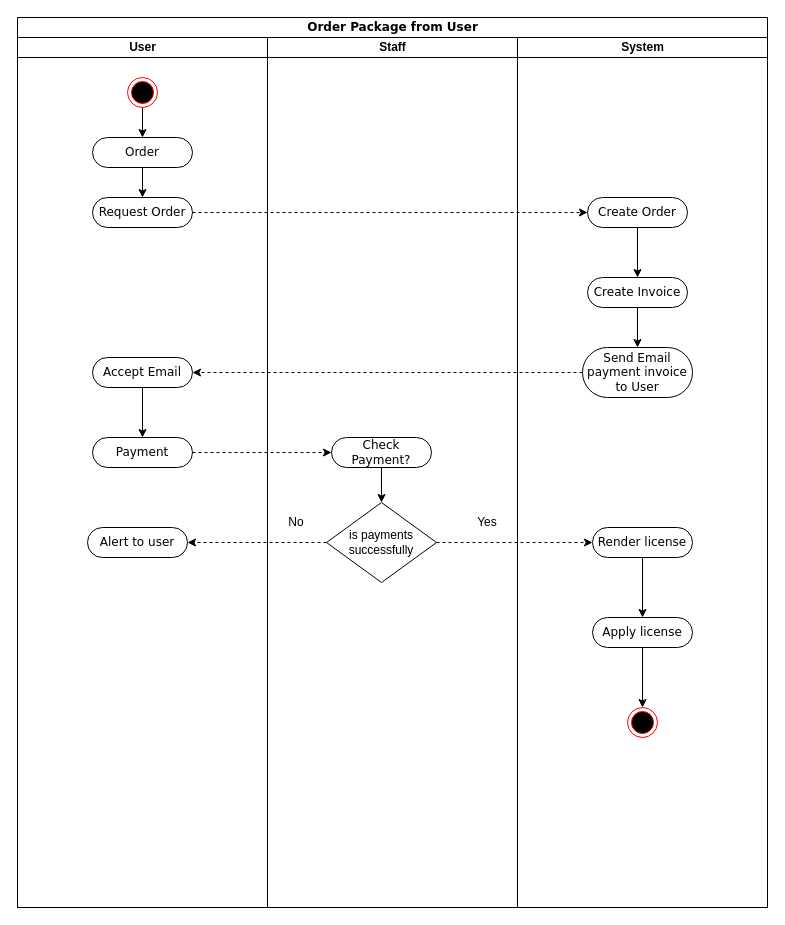
Before: page "Page-1" (1 of 2) of Untitled Diagram.drawio in truongcao98/exam_flask, a draw.io diagram. Source tidied: cells renumbered, new cells numbered last; positions are measured from the earlier drawing's top-left corner, leaving out a move shared by most shapes. Both pictures are drawn from the tidied source at 100%, with x=0, y=0 at pixel (17, 17).
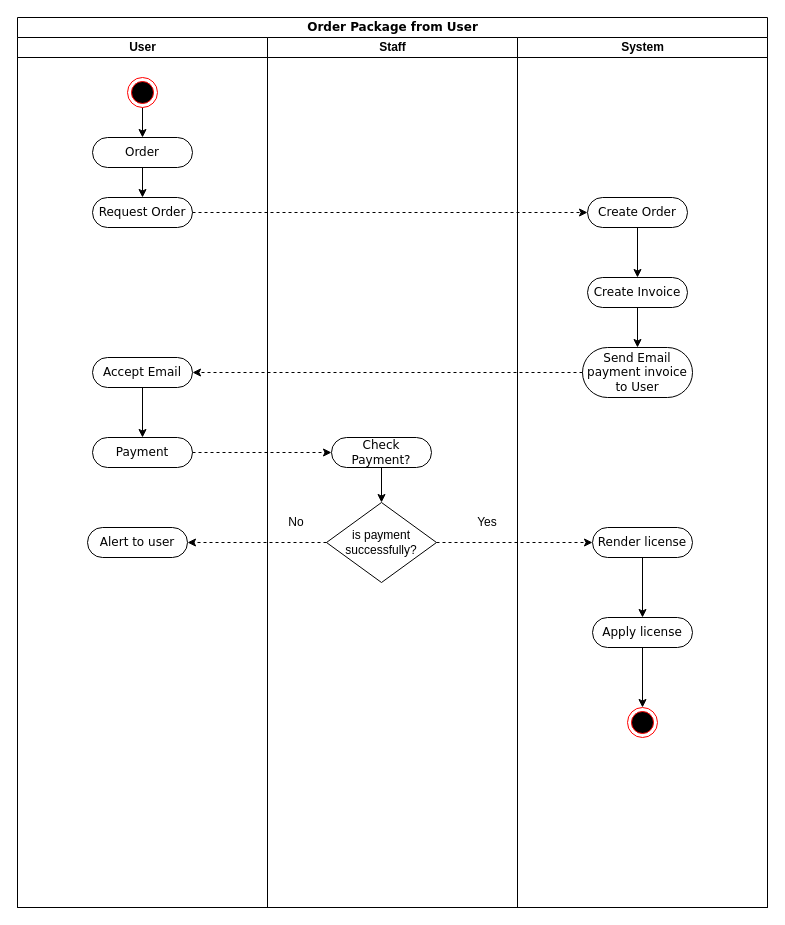
After the change.

Unchanged cells that the change refers to:
```xml
<mxCell id="13" value="Staff" style="swimlane;html=1;startSize=20;" parent="2" vertex="1">
  <mxGeometry x="250" y="20" width="250" height="870" as="geometry" />
</mxCell>
```

Diff of the diagram source:
```diff
@@
-    <mxCell id="16" value="is payments successfully" style="rhombus;whiteSpace=wrap;html=1;" parent="13" vertex="1">
+    <mxCell id="16" value="is payment successfully?" style="rhombus;whiteSpace=wrap;html=1;" parent="13" vertex="1">
       <mxGeometry x="59" y="465" width="110" height="80" as="geometry" />
     </mxCell>
```
